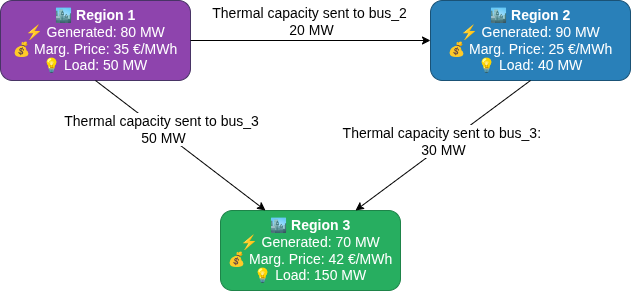
Earlier version of the draw.io export doc/assets/2_QSE_1_out_scheme.png (AntaresSimulatorTeam/GEMS). Source tidied: cells renumbered, new cells last; positions are measured from the earlier drawing's top-left corner, leaving out a move shared by most shapes.
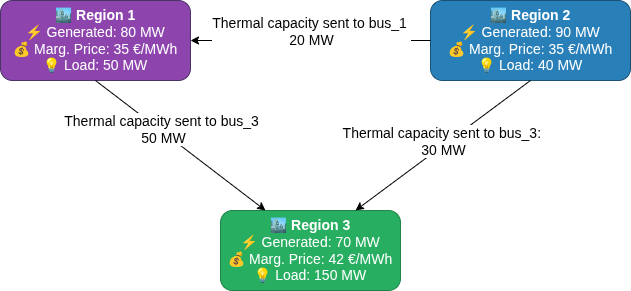
The same diagram one commit later.

Commit message:
correct the diagram

Diff of the diagram source:
```diff
@@ -5,20 +5,12 @@
     <mxCell id="2" value="&lt;b&gt;🏙️ Region 1&lt;/b&gt;&lt;br&gt;⚡ Generated: 80 MW&lt;br&gt;💰 Marg. Price: 35 €/MWh&lt;br&gt;💡 Load: 50 MW" style="rounded=1;whiteSpace=wrap;html=1;fillColor=#8E44AD;strokeColor=#483465;fontColor=#FFFFFF;align=center;fontSize=14;" parent="1" vertex="1">
       <mxGeometry width="190" height="80" as="geometry" />
     </mxCell>
-    <mxCell id="3" value="&lt;b&gt;🏙️ Region 2&lt;/b&gt;&lt;br&gt;⚡ Generated: 90 MW&lt;br&gt;💰 Marg. Price: 25 €/MWh&lt;br&gt;💡 Load: 40 MW" style="rounded=1;whiteSpace=wrap;html=1;fillColor=#2980B9;strokeColor=#1A5276;fontColor=#FFFFFF;align=center;fontSize=14;" parent="1" vertex="1">
+    <mxCell id="3" value="&lt;b&gt;🏙️ Region 2&lt;/b&gt;&lt;br&gt;⚡ Generated: 90 MW&lt;br&gt;💰 Marg. Price: 35 €/MWh&lt;br&gt;💡 Load: 40 MW" style="rounded=1;whiteSpace=wrap;html=1;fillColor=#2980B9;strokeColor=#1A5276;fontColor=#FFFFFF;align=center;fontSize=14;" parent="1" vertex="1">
       <mxGeometry x="430" width="200" height="80" as="geometry" />
     </mxCell>
     <mxCell id="4" value="&lt;b&gt;🏙️ Region 3&lt;/b&gt;&lt;br&gt;⚡ Generated: 70 MW&lt;br&gt;💰 Marg. Price: 42 €/MWh&lt;br&gt;💡 Load: 150 MW" style="rounded=1;whiteSpace=wrap;html=1;fillColor=#27AE60;strokeColor=#1E8449;fontColor=#FFFFFF;align=center;fontSize=14;" parent="1" vertex="1">
       <mxGeometry x="220" y="210" width="180" height="80" as="geometry" />
     </mxCell>
-    <mxCell id="5" style="rounded=0;endArrow=classic;endFill=1;html=1;strokeColor=#000000;exitX=1;exitY=0.5;entryX=0;entryY=0.5;" parent="1" edge="1" source="2" target="3">
-      <mxGeometry relative="1" as="geometry" />
-    </mxCell>
-    <mxCell id="6" value="&lt;font style=&quot;forced-color-adjust: none; font-family: Helvetica; font-style: normal; font-variant-ligatures: normal; font-variant-caps: normal; font-weight: 400; letter-spacing: normal; orphans: 2; text-align: center; text-indent: 0px; text-transform: none; widows: 2; word-spacing: 0px; -webkit-text-stroke-width: 0px; white-space: nowrap; text-decoration-thickness: initial; text-decoration-style: initial; text-decoration-color: initial; color: rgb(0, 0, 0); background-color: light-dark(#FFFFFF,var(--ge-dark-color, #121212)); font-size: 14px;&quot;&gt;Thermal capacity sent to bus_2&amp;nbsp;&lt;/font&gt;&lt;div style=&quot;forced-color-adjust: none; color: rgb(127, 140, 141); font-family: Helvetica; font-style: normal; font-variant-ligatures: normal; font-variant-caps: normal; font-weight: 400; letter-spacing: normal; orphans: 2; text-align: center; text-indent: 0px; text-transform: none; widows: 2; word-spacing: 0px; -webkit-text-stroke-width: 0px; white-space: nowrap; text-decoration-thickness: initial; text-decoration-style: initial; text-decoration-color: initial;&quot;&gt;&lt;font style=&quot;forced-color-adjust: none; color: rgb(0, 0, 0); background-color: light-dark(#FFFFFF,var(--ge-dark-color, #121212)); font-size: 14px;&quot;&gt;20 MW&lt;/font&gt;&lt;/div&gt;" style="edgeLabel;html=1;align=center;verticalAlign=middle;" parent="5" vertex="1">
-      <mxGeometry x="-0.01" y="2" relative="1" as="geometry">
-        <mxPoint x="1" y="-18" as="offset" />
-      </mxGeometry>
-    </mxCell>
     <mxCell id="7" style="rounded=0;endArrow=classic;endFill=1;html=1;strokeColor=#000000;exitX=0.5;exitY=1;entryX=0.75;entryY=0;entryDx=0;entryDy=0;" parent="1" edge="1" source="3" target="4">
       <mxGeometry relative="1" as="geometry" />
     </mxCell>
@@ -33,5 +25,13 @@
     <mxCell id="10" value="&lt;span style=&quot;background-color: rgb(255, 255, 255);&quot;&gt;&lt;font style=&quot;font-size: 14px;&quot;&gt;Thermal capacity sent to bus_3&amp;nbsp;&lt;/font&gt;&lt;/span&gt;&lt;div&gt;&lt;span style=&quot;background-color: rgb(255, 255, 255);&quot;&gt;&lt;font style=&quot;font-size: 14px;&quot;&gt;50 MW&lt;/font&gt;&lt;/span&gt;&lt;/div&gt;" style="edgeLabel;html=1;align=center;verticalAlign=middle;" parent="9" vertex="1">
       <mxGeometry x="-0.22" y="2" relative="1" as="geometry" />
     </mxCell>
+    <mxCell id="11" style="endArrow=classic;html=1;rounded=0;entryX=1;entryY=0.5;entryDx=0;entryDy=0;exitX=0;exitY=0.5;exitDx=0;exitDy=0;" parent="1" edge="1" source="3" target="2">
+      <mxGeometry relative="1" as="geometry" />
+    </mxCell>
+    <mxCell id="12" value="&lt;font style=&quot;font-size: 14px; color: rgb(0, 0, 0);&quot;&gt;Thermal capacity sent to bus_1&amp;nbsp;&lt;/font&gt;&lt;div style=&quot;color: rgb(127, 140, 141);&quot;&gt;&lt;font style=&quot;color: rgb(0, 0, 0); font-size: 14px;&quot;&gt;20 MW&lt;/font&gt;&lt;/div&gt;" style="edgeLabel;html=1;align=center;verticalAlign=middle;" parent="11" vertex="1">
+      <mxGeometry x="0.05" y="4" relative="1" as="geometry">
+        <mxPoint x="6" y="-14" as="offset" />
+      </mxGeometry>
+    </mxCell>
   </root>
 </mxGraphModel>
```
